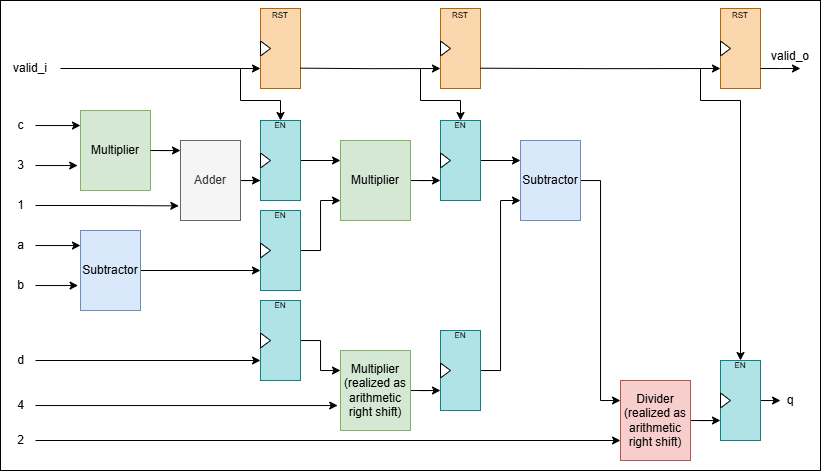
This is diagram/math_equation_diagram.png from olzhasnurman/math_equation, a draw.io export, as it was before one commit. Source tidied: cells renumbered, new cells last; positions are measured from the earlier drawing's top-left corner, leaving out a move shared by most shapes.
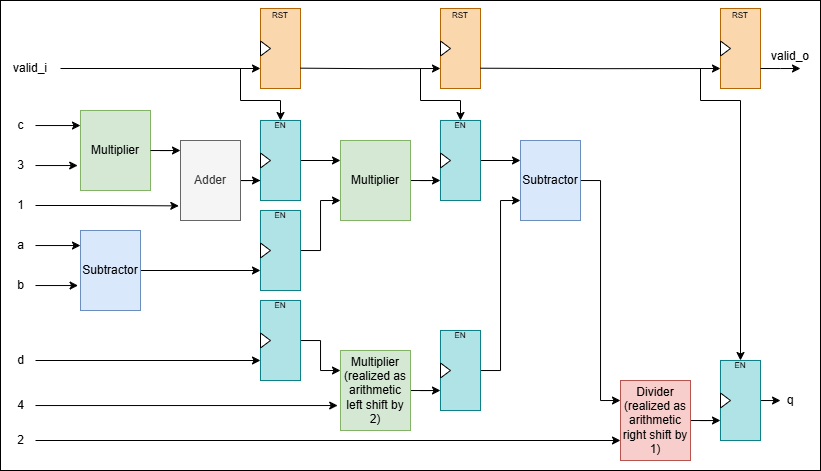
After the change.

Commit message:
Fix: Fixed the issue in diagram.

The edit, as a diff of the source:
```diff
@@ -62,7 +62,7 @@
     <mxCell id="21" style="edgeStyle=orthogonalEdgeStyle;rounded=0;jettySize=auto;html=1;entryX=0;entryY=0.75;entryDx=0;entryDy=0;" parent="1" edge="1" source="22" target="53">
       <mxGeometry relative="1" as="geometry" />
     </mxCell>
-    <mxCell id="22" value="Multiplier&lt;div&gt;(realized as&lt;/div&gt;&lt;div&gt;arithmetic&lt;/div&gt;&lt;div&gt;right shift)&lt;/div&gt;" style="rounded=0;whiteSpace=wrap;html=1;fillColor=#d5e8d4;strokeColor=#82b366;" parent="1" vertex="1">
+    <mxCell id="22" value="Multiplier&lt;div&gt;(realized as&lt;/div&gt;&lt;div&gt;arithmetic&lt;/div&gt;&lt;div&gt;left shift by 2)&lt;/div&gt;" style="rounded=0;whiteSpace=wrap;html=1;fillColor=#d5e8d4;strokeColor=#82b366;" parent="1" vertex="1">
       <mxGeometry x="340" y="350" width="70" height="80" as="geometry" />
     </mxCell>
     <mxCell id="23" style="edgeStyle=orthogonalEdgeStyle;rounded=0;jettySize=auto;html=1;entryX=0;entryY=0.75;entryDx=0;entryDy=0;" parent="1" edge="1" source="24" target="45">
@@ -86,7 +86,7 @@
     <mxCell id="29" style="edgeStyle=orthogonalEdgeStyle;rounded=0;jettySize=auto;html=1;entryX=0;entryY=0.75;entryDx=0;entryDy=0;" parent="1" edge="1" source="30" target="63">
       <mxGeometry relative="1" as="geometry" />
     </mxCell>
-    <mxCell id="30" value="&lt;div&gt;Divider&lt;/div&gt;&lt;div&gt;(realized as&lt;/div&gt;&lt;div&gt;arithmetic&lt;/div&gt;&lt;div&gt;right shift)&lt;/div&gt;" style="rounded=0;whiteSpace=wrap;html=1;fillColor=#f8cecc;strokeColor=#b85450;" parent="1" vertex="1">
+    <mxCell id="30" value="&lt;div&gt;Divider&lt;/div&gt;&lt;div&gt;(realized as&lt;/div&gt;&lt;div&gt;arithmetic&lt;/div&gt;&lt;div&gt;right shift by 1)&lt;/div&gt;" style="rounded=0;whiteSpace=wrap;html=1;fillColor=#f8cecc;strokeColor=#b85450;" parent="1" vertex="1">
       <mxGeometry x="620" y="380" width="70" height="80" as="geometry" />
     </mxCell>
     <mxCell id="31" style="edgeStyle=orthogonalEdgeStyle;rounded=0;jettySize=auto;html=1;entryX=0;entryY=0.75;entryDx=0;entryDy=0;" parent="1" edge="1" source="32" target="30">
```
